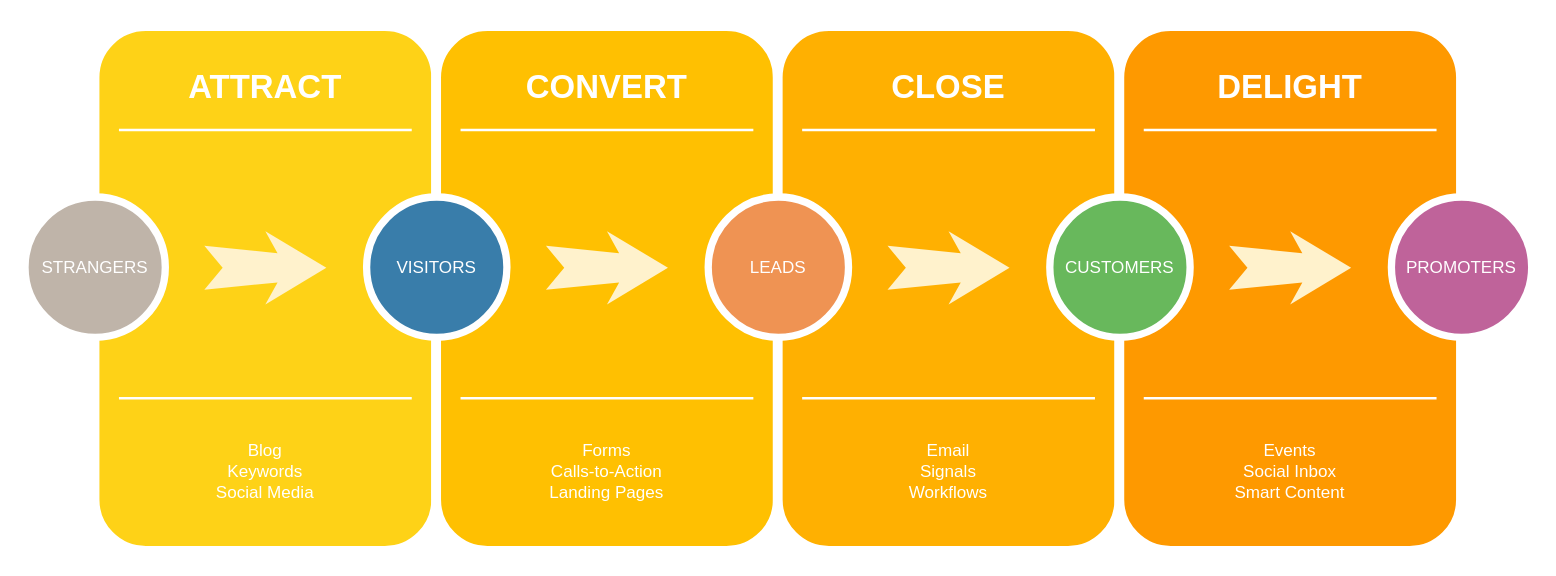
The draw.io diagram Untitled Diagram.drawio in sjchasel/stock_prediction, before the edit. Source tidied: cells renumbered, new cells numbered last; positions are measured from the earlier drawing's top-left corner, leaving out a move shared by most shapes. Both pictures are drawn from the tidied source at 122%, with x=0, y=0 at pixel (24, 26).
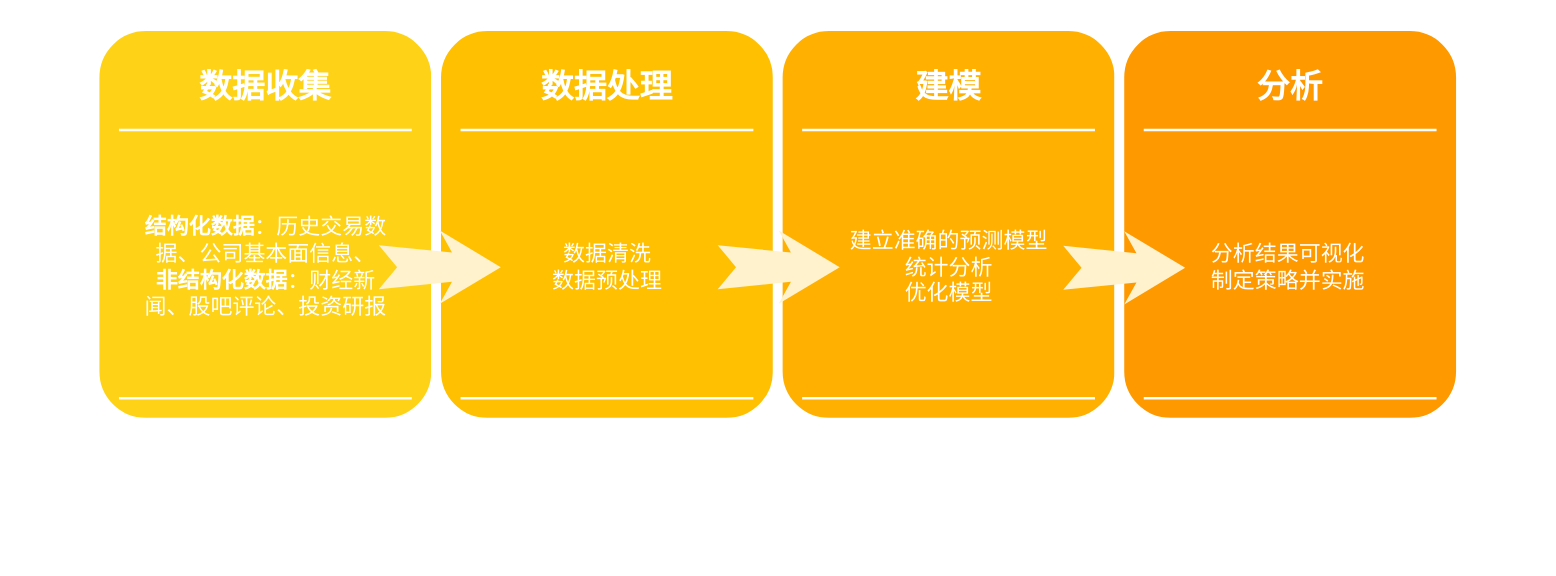
After the change.

Commit message:
Update quant process Diagram.drawio

The edit, as a diff of the source:
```diff
@@
     <mxCell id="2" style="whiteSpace=wrap;html=1;rounded=1;shadow=0;strokeWidth=8;fontSize=20;align=center;fillColor=#FED217;strokeColor=#FFFFFF;" parent="1" vertex="1">
-      <mxGeometry x="57" width="280" height="430" as="geometry" />
+      <mxGeometry x="57" width="280" height="325" as="geometry" />
     </mxCell>
-    <mxCell id="3" value="ATTRACT" style="text;html=1;strokeColor=none;fillColor=none;align=center;verticalAlign=middle;whiteSpace=wrap;rounded=0;shadow=0;fontSize=27;fontColor=#FFFFFF;fontStyle=1;" parent="1" vertex="1">
+    <mxCell id="3" value="数据收集" style="text;html=1;strokeColor=none;fillColor=none;align=center;verticalAlign=middle;whiteSpace=wrap;rounded=0;shadow=0;fontSize=27;fontColor=#FFFFFF;fontStyle=1;" parent="1" vertex="1">
       <mxGeometry x="57" y="20" width="280" height="60" as="geometry" />
     </mxCell>
-    <mxCell id="4" value="Blog&lt;div&gt;Keywords&lt;/div&gt;&lt;div&gt;Social Media&lt;/div&gt;" style="text;html=1;strokeColor=none;fillColor=none;align=center;verticalAlign=middle;whiteSpace=wrap;rounded=0;shadow=0;fontSize=14;fontColor=#FFFFFF;" parent="1" vertex="1">
-      <mxGeometry x="57" y="320" width="280" height="90" as="geometry" />
+    <mxCell id="4" value="&lt;font style=&quot;font-size: 18px&quot;&gt;&lt;b&gt;结构化数据&lt;/b&gt;：历史交易数据、公司基本面信息、&lt;br&gt;&lt;b&gt;非结构化数据&lt;/b&gt;：财经新闻、股吧评论、投资研报&lt;/font&gt;" style="text;html=1;strokeColor=none;fillColor=none;align=center;verticalAlign=middle;whiteSpace=wrap;rounded=0;shadow=0;fontSize=14;fontColor=#FFFFFF;" parent="1" vertex="1">
+      <mxGeometry x="92.5" y="142" width="209" height="112" as="geometry" />
     </mxCell>
@@
-    <mxCell id="7" value="STRANGERS" style="ellipse;whiteSpace=wrap;html=1;rounded=0;shadow=0;strokeWidth=6;fontSize=14;align=center;fillColor=#BFB4A9;strokeColor=#FFFFFF;fontColor=#FFFFFF;" parent="1" vertex="1">
-      <mxGeometry y="140" width="115" height="115" as="geometry" />
-    </mxCell>
-    <mxCell id="8" style="html=1;shadow=0;dashed=0;align=center;verticalAlign=middle;shape=mxgraph.arrows2.stylisedArrow;dy=0.6;dx=40;notch=15;feather=0.4;rounded=0;strokeWidth=1;fontSize=27;strokeColor=none;fillColor=#fff2cc;" parent="1" vertex="1">
-      <mxGeometry x="147" y="168" width="100" height="60" as="geometry" />
-    </mxCell>
     <mxCell id="9" style="whiteSpace=wrap;html=1;rounded=1;shadow=0;strokeWidth=8;fontSize=20;align=center;fillColor=#FFC001;strokeColor=#FFFFFF;" parent="1" vertex="1">
-      <mxGeometry x="337" width="280" height="430" as="geometry" />
+      <mxGeometry x="337" width="280" height="325" as="geometry" />
     </mxCell>
-    <mxCell id="10" value="CONVERT" style="text;html=1;strokeColor=none;fillColor=none;align=center;verticalAlign=middle;whiteSpace=wrap;rounded=0;shadow=0;fontSize=27;fontColor=#FFFFFF;fontStyle=1;" parent="1" vertex="1">
+    <mxCell id="10" value="数据处理" style="text;html=1;strokeColor=none;fillColor=none;align=center;verticalAlign=middle;whiteSpace=wrap;rounded=0;shadow=0;fontSize=27;fontColor=#FFFFFF;fontStyle=1;" parent="1" vertex="1">
       <mxGeometry x="337" y="20" width="280" height="60" as="geometry" />
     </mxCell>
-    <mxCell id="11" value="Forms&lt;div&gt;Calls-to-Action&lt;/div&gt;&lt;div&gt;Landing Pages&lt;/div&gt;" style="text;html=1;strokeColor=none;fillColor=none;align=center;verticalAlign=middle;whiteSpace=wrap;rounded=0;shadow=0;fontSize=14;fontColor=#FFFFFF;" parent="1" vertex="1">
-      <mxGeometry x="337" y="320" width="280" height="90" as="geometry" />
-    </mxCell>
@@
-    <mxCell id="14" value="VISITORS" style="ellipse;whiteSpace=wrap;html=1;rounded=0;shadow=0;strokeWidth=6;fontSize=14;align=center;fillColor=#397DAA;strokeColor=#FFFFFF;fontColor=#FFFFFF;" parent="1" vertex="1">
-      <mxGeometry x="280" y="140" width="115" height="115" as="geometry" />
-    </mxCell>
-    <mxCell id="15" style="html=1;shadow=0;dashed=0;align=center;verticalAlign=middle;shape=mxgraph.arrows2.stylisedArrow;dy=0.6;dx=40;notch=15;feather=0.4;rounded=0;strokeWidth=1;fontSize=27;strokeColor=none;fillColor=#fff2cc;" parent="1" vertex="1">
-      <mxGeometry x="427" y="168" width="100" height="60" as="geometry" />
-    </mxCell>
     <mxCell id="16" style="whiteSpace=wrap;html=1;rounded=1;shadow=0;strokeWidth=8;fontSize=20;align=center;fillColor=#FFB001;strokeColor=#FFFFFF;" parent="1" vertex="1">
-      <mxGeometry x="617" width="280" height="430" as="geometry" />
+      <mxGeometry x="617" width="280" height="325" as="geometry" />
     </mxCell>
-    <mxCell id="17" value="CLOSE" style="text;html=1;strokeColor=none;fillColor=none;align=center;verticalAlign=middle;whiteSpace=wrap;rounded=0;shadow=0;fontSize=27;fontColor=#FFFFFF;fontStyle=1;" parent="1" vertex="1">
+    <mxCell id="17" value="建模" style="text;html=1;strokeColor=none;fillColor=none;align=center;verticalAlign=middle;whiteSpace=wrap;rounded=0;shadow=0;fontSize=27;fontColor=#FFFFFF;fontStyle=1;" parent="1" vertex="1">
       <mxGeometry x="617" y="20" width="280" height="60" as="geometry" />
     </mxCell>
-    <mxCell id="18" value="Email&lt;div&gt;Signals&lt;/div&gt;&lt;div&gt;Workflows&lt;/div&gt;" style="text;html=1;strokeColor=none;fillColor=none;align=center;verticalAlign=middle;whiteSpace=wrap;rounded=0;shadow=0;fontSize=14;fontColor=#FFFFFF;" parent="1" vertex="1">
-      <mxGeometry x="617" y="320" width="280" height="90" as="geometry" />
-    </mxCell>
@@
-    <mxCell id="21" value="LEADS" style="ellipse;whiteSpace=wrap;html=1;rounded=0;shadow=0;strokeWidth=6;fontSize=14;align=center;fillColor=#EF9353;strokeColor=#FFFFFF;fontColor=#FFFFFF;" parent="1" vertex="1">
-      <mxGeometry x="560" y="140" width="115" height="115" as="geometry" />
-    </mxCell>
-    <mxCell id="22" style="html=1;shadow=0;dashed=0;align=center;verticalAlign=middle;shape=mxgraph.arrows2.stylisedArrow;dy=0.6;dx=40;notch=15;feather=0.4;rounded=0;strokeWidth=1;fontSize=27;strokeColor=none;fillColor=#fff2cc;" parent="1" vertex="1">
-      <mxGeometry x="707" y="168" width="100" height="60" as="geometry" />
-    </mxCell>
     <mxCell id="23" style="whiteSpace=wrap;html=1;rounded=1;shadow=0;strokeWidth=8;fontSize=20;align=center;fillColor=#FE9900;strokeColor=#FFFFFF;" parent="1" vertex="1">
-      <mxGeometry x="897" width="280" height="430" as="geometry" />
+      <mxGeometry x="897" width="280" height="325" as="geometry" />
     </mxCell>
-    <mxCell id="24" value="DELIGHT" style="text;html=1;strokeColor=none;fillColor=none;align=center;verticalAlign=middle;whiteSpace=wrap;rounded=0;shadow=0;fontSize=27;fontColor=#FFFFFF;fontStyle=1;" parent="1" vertex="1">
+    <mxCell id="24" value="分析" style="text;html=1;strokeColor=none;fillColor=none;align=center;verticalAlign=middle;whiteSpace=wrap;rounded=0;shadow=0;fontSize=27;fontColor=#FFFFFF;fontStyle=1;" parent="1" vertex="1">
       <mxGeometry x="897" y="20" width="280" height="60" as="geometry" />
     </mxCell>
-    <mxCell id="25" value="Events&lt;div&gt;Social Inbox&lt;/div&gt;&lt;div&gt;Smart Content&lt;/div&gt;" style="text;html=1;strokeColor=none;fillColor=none;align=center;verticalAlign=middle;whiteSpace=wrap;rounded=0;shadow=0;fontSize=14;fontColor=#FFFFFF;" parent="1" vertex="1">
-      <mxGeometry x="897" y="320" width="280" height="90" as="geometry" />
-    </mxCell>
@@
-    <mxCell id="28" value="CUSTOMERS" style="ellipse;whiteSpace=wrap;html=1;rounded=0;shadow=0;strokeWidth=6;fontSize=14;align=center;fillColor=#68B85C;strokeColor=#FFFFFF;fontColor=#FFFFFF;" parent="1" vertex="1">
-      <mxGeometry x="840" y="140" width="115" height="115" as="geometry" />
-    </mxCell>
-    <mxCell id="29" style="html=1;shadow=0;dashed=0;align=center;verticalAlign=middle;shape=mxgraph.arrows2.stylisedArrow;dy=0.6;dx=40;notch=15;feather=0.4;rounded=0;strokeWidth=1;fontSize=27;strokeColor=none;fillColor=#fff2cc;" parent="1" vertex="1">
-      <mxGeometry x="987" y="168" width="100" height="60" as="geometry" />
-    </mxCell>
-    <mxCell id="30" value="PROMOTERS" style="ellipse;whiteSpace=wrap;html=1;rounded=0;shadow=0;strokeWidth=6;fontSize=14;align=center;fillColor=#BF639A;strokeColor=#FFFFFF;fontColor=#FFFFFF;" parent="1" vertex="1">
-      <mxGeometry x="1120" y="140" width="115" height="115" as="geometry" />
-    </mxCell>
+    <mxCell id="8" style="html=1;shadow=0;dashed=0;align=center;verticalAlign=middle;shape=mxgraph.arrows2.stylisedArrow;dy=0.6;dx=40;notch=15;feather=0.4;rounded=0;strokeWidth=1;fontSize=27;strokeColor=none;fillColor=#fff2cc;" parent="1" vertex="1">
+      <mxGeometry x="290" y="167.5" width="100" height="60" as="geometry" />
+    </mxCell>
+    <mxCell id="15" style="html=1;shadow=0;dashed=0;align=center;verticalAlign=middle;shape=mxgraph.arrows2.stylisedArrow;dy=0.6;dx=40;notch=15;feather=0.4;rounded=0;strokeWidth=1;fontSize=27;strokeColor=none;fillColor=#fff2cc;" parent="1" vertex="1">
+      <mxGeometry x="567.8" y="167.5" width="100" height="60" as="geometry" />
+    </mxCell>
+    <mxCell id="22" style="html=1;shadow=0;dashed=0;align=center;verticalAlign=middle;shape=mxgraph.arrows2.stylisedArrow;dy=0.6;dx=40;notch=15;feather=0.4;rounded=0;strokeWidth=1;fontSize=27;strokeColor=none;fillColor=#fff2cc;" parent="1" vertex="1">
+      <mxGeometry x="851" y="168" width="100" height="60" as="geometry" />
+    </mxCell>
+    <mxCell id="31" value="&lt;font style=&quot;font-size: 18px&quot;&gt;数据清洗&lt;br&gt;数据预处理&lt;/font&gt;" style="text;html=1;strokeColor=none;fillColor=none;align=center;verticalAlign=middle;whiteSpace=wrap;rounded=0;shadow=0;fontSize=14;fontColor=#FFFFFF;" parent="1" vertex="1">
+      <mxGeometry x="372.5" y="142" width="209" height="112" as="geometry" />
+    </mxCell>
+    <mxCell id="32" value="&lt;span style=&quot;font-size: 18px&quot;&gt;建立准确的预测模型&lt;br&gt;统计分析&lt;br&gt;优化模型&lt;/span&gt;" style="text;html=1;strokeColor=none;fillColor=none;align=center;verticalAlign=middle;whiteSpace=wrap;rounded=0;shadow=0;fontSize=14;fontColor=#FFFFFF;" parent="1" vertex="1">
+      <mxGeometry x="652.5" y="142" width="209" height="112" as="geometry" />
+    </mxCell>
+    <mxCell id="33" value="&lt;span style=&quot;font-size: 18px&quot;&gt;分析结果可视化&lt;br&gt;制定策略并实施&lt;br&gt;&lt;/span&gt;" style="text;html=1;strokeColor=none;fillColor=none;align=center;verticalAlign=middle;whiteSpace=wrap;rounded=0;shadow=0;fontSize=14;fontColor=#FFFFFF;" parent="1" vertex="1">
+      <mxGeometry x="931" y="142" width="209" height="112" as="geometry" />
+    </mxCell>
```
